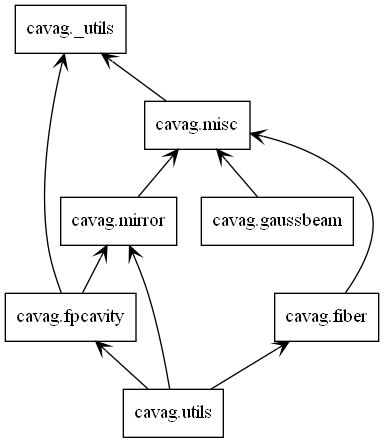
Above: docs/_assets/picture/uml/cavag_uml.png in bobdadada/cavag (Graphviz), before the change. Its source is kept beside it as docs/_assets/picture/uml/cavag_uml.dot.
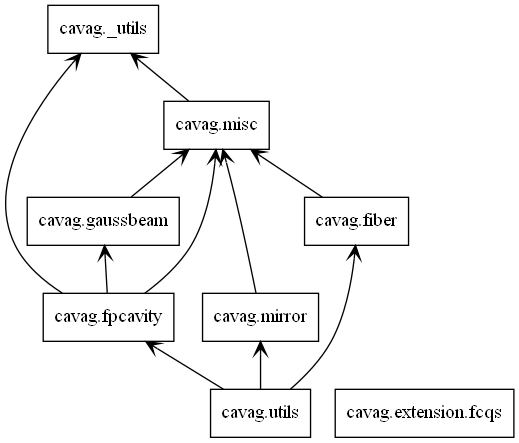
After the commit.

Diff of the diagram source:
```diff
@@ -1,20 +1,22 @@
-digraph "packages_cavag" {
+digraph "packages" {
 charset="utf-8"
 rankdir=BT
 "1" [label="cavag._utils", shape="box"];
-"2" [label="cavag.fiber", shape="box"];
-"3" [label="cavag.fpcavity", shape="box"];
-"4" [label="cavag.gaussbeam", shape="box"];
-"5" [label="cavag.mirror", shape="box"];
-"6" [label="cavag.misc", shape="box"];
-"7" [label="cavag.utils", shape="box"];
-"2" -> "6" [arrowhead="open", arrowtail="none"];
-"3" -> "1" [arrowhead="open", arrowtail="none"];
-"3" -> "5" [arrowhead="open", arrowtail="none"];
-"4" -> "6" [arrowhead="open", arrowtail="none"];
+"3" [label="cavag.extension.fcqs", shape="box"];
+"4" [label="cavag.fiber", shape="box"];
+"5" [label="cavag.fpcavity", shape="box"];
+"6" [label="cavag.gaussbeam", shape="box"];
+"7" [label="cavag.mirror", shape="box"];
+"8" [label="cavag.misc", shape="box"];
+"9" [label="cavag.utils", shape="box"];
+"4" -> "8" [arrowhead="open", arrowtail="none"];
+"5" -> "1" [arrowhead="open", arrowtail="none"];
 "5" -> "6" [arrowhead="open", arrowtail="none"];
-"6" -> "1" [arrowhead="open", arrowtail="none"];
-"7" -> "2" [arrowhead="open", arrowtail="none"];
-"7" -> "3" [arrowhead="open", arrowtail="none"];
-"7" -> "5" [arrowhead="open", arrowtail="none"];
+"5" -> "8" [arrowhead="open", arrowtail="none"];
+"6" -> "8" [arrowhead="open", arrowtail="none"];
+"7" -> "8" [arrowhead="open", arrowtail="none"];
+"8" -> "1" [arrowhead="open", arrowtail="none"];
+"9" -> "4" [arrowhead="open", arrowtail="none"];
+"9" -> "5" [arrowhead="open", arrowtail="none"];
+"9" -> "7" [arrowhead="open", arrowtail="none"];
 }
```
